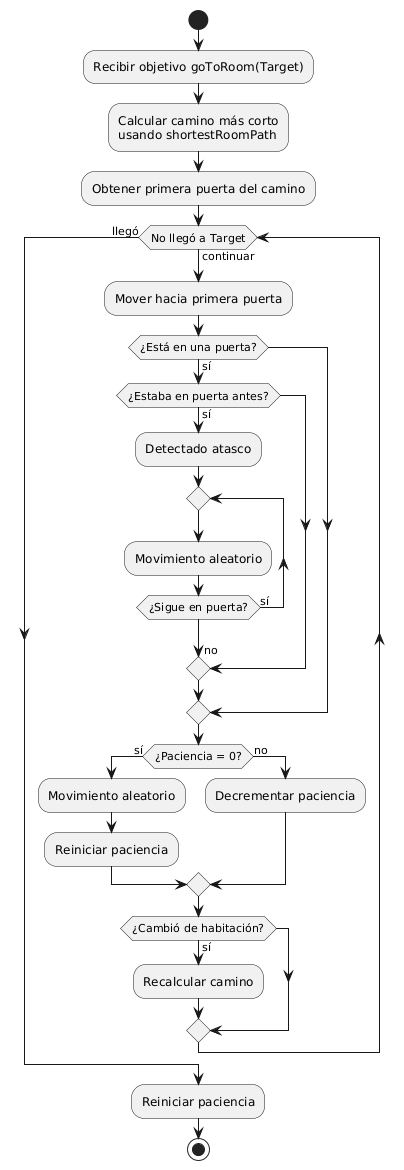
Above: domestic_robot/docs/diagramaMovement.png in SantiagoRR2004/Agentes (PlantUML), before the change. Its diagram source:
```plantuml
@startuml
start

:Recibir objetivo goToRoom(Target);

:Calcular camino más corto
usando shortestRoomPath;

:Obtener primera puerta del camino;

while (No llegó a Target) is (continuar)
  :Mover hacia primera puerta;

  if (¿Está en una puerta?) then (sí)
    if (¿Estaba en puerta antes?) then (sí)
      :Detectado atasco;
      repeat
        :Movimiento aleatorio;
      repeat while (¿Sigue en puerta?) is (sí)
      ->no;
    endif
  endif

  if (¿Paciencia = 0?) then (sí)
    :Movimiento aleatorio;
    :Reiniciar paciencia;
  else (no)
    :Decrementar paciencia;
  endif

  if (¿Cambió de habitación?) then (sí)
    :Recalcular camino;
  endif
endwhile (llegó)

:Reiniciar paciencia;

stop
@enduml
```
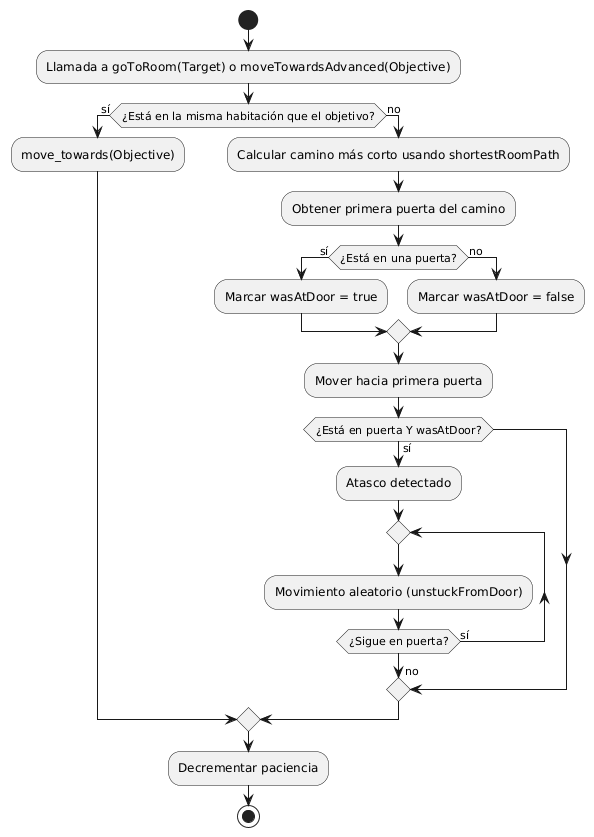
The same file after the commit.

Commit message:
fix: cambiar diagramas de movement y patience, coregir readme fusionando secciones

Diff of the diagram source:
```diff
@@ -1,39 +1,32 @@
 @startuml
 start
 
-:Recibir objetivo goToRoom(Target);
+:Llamada a goToRoom(Target) o moveTowardsAdvanced(Objective);
 
-:Calcular camino más corto
-usando shortestRoomPath;
+if (¿Está en la misma habitación que el objetivo?) then (sí)
+  :move_towards(Objective);
+else (no)
+  :Calcular camino más corto usando shortestRoomPath;
+  :Obtener primera puerta del camino;
 
-:Obtener primera puerta del camino;
+  if (¿Está en una puerta?) then (sí)
+    :Marcar wasAtDoor = true;
+  else (no)
+    :Marcar wasAtDoor = false;
+  endif
 
-while (No llegó a Target) is (continuar)
   :Mover hacia primera puerta;
 
-  if (¿Está en una puerta?) then (sí)
-    if (¿Estaba en puerta antes?) then (sí)
-      :Detectado atasco;
-      repeat
-        :Movimiento aleatorio;
-      repeat while (¿Sigue en puerta?) is (sí)
-      ->no;
-    endif
+  if (¿Está en puerta Y wasAtDoor?) then (sí)
+    :Atasco detectado;
+    repeat
+      :Movimiento aleatorio (unstuckFromDoor);
+    repeat while (¿Sigue en puerta?) is (sí)
+    ->no;
   endif
+endif
 
-  if (¿Paciencia = 0?) then (sí)
-    :Movimiento aleatorio;
-    :Reiniciar paciencia;
-  else (no)
-    :Decrementar paciencia;
-  endif
-
-  if (¿Cambió de habitación?) then (sí)
-    :Recalcular camino;
-  endif
-endwhile (llegó)
-
-:Reiniciar paciencia;
+:Decrementar paciencia;
 
 stop
 @enduml
```
